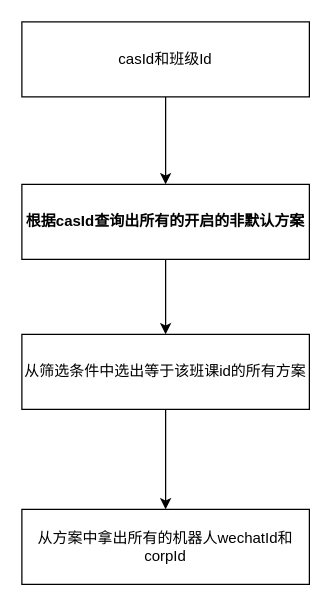
This is 为丝绸之路提供查询接流企微号的接口.drawio from 1819011603/-, a draw.io file, before an edit. Source tidied: cells renumbered, new cells numbered last; positions are measured from the earlier drawing's top-left corner, leaving out a move shared by most shapes. Both pictures are drawn from the tidied source at 125%, with x=0, y=0 at pixel (21, 21).
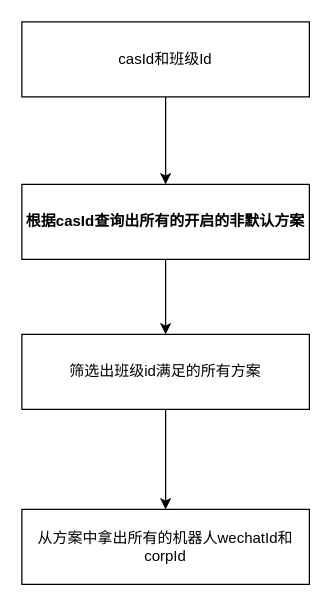
The same page after the edit.

Commit message (it also covers changes not shown here):
更新为丝绸之路提供查询接流企微号的接口.drawio

The edit, as a diff of the source:
```diff
@@
 <mxGraphModel>
   <root>
     <mxCell id="0" />
     <mxCell id="1" parent="0" />
     <mxCell id="2" style="edgeStyle=orthogonalEdgeStyle;rounded=0;jettySize=auto;html=1;" parent="1" edge="1" source="3" target="7">
       <mxGeometry relative="1" as="geometry" />
     </mxCell>
     <mxCell id="3" value="&lt;b&gt;根据casId查询出所有的开启的非默认方案&lt;/b&gt;" style="rounded=0;whiteSpace=wrap;html=1;" parent="1" vertex="1">
       <mxGeometry y="130" width="230" height="60" as="geometry" />
     </mxCell>
     <mxCell id="4" style="edgeStyle=orthogonalEdgeStyle;rounded=0;jettySize=auto;html=1;" parent="1" edge="1" source="5" target="3">
       <mxGeometry relative="1" as="geometry" />
     </mxCell>
     <mxCell id="5" value="casId和班级Id" style="rounded=0;whiteSpace=wrap;html=1;" parent="1" vertex="1">
       <mxGeometry width="230" height="60" as="geometry" />
     </mxCell>
     <mxCell id="6" style="edgeStyle=orthogonalEdgeStyle;rounded=0;jettySize=auto;html=1;" parent="1" edge="1" source="7" target="8">
       <mxGeometry relative="1" as="geometry" />
     </mxCell>
-    <mxCell id="7" value="从筛选条件中选出等于该班课id的所有方案" style="rounded=0;whiteSpace=wrap;html=1;" parent="1" vertex="1">
+    <mxCell id="7" value="筛选出班级id满足的所有方案" style="rounded=0;whiteSpace=wrap;html=1;" parent="1" vertex="1">
       <mxGeometry y="250" width="230" height="60" as="geometry" />
     </mxCell>
     <mxCell id="8" value="从方案中拿出所有的机器人wechatId和corpId" style="rounded=0;whiteSpace=wrap;html=1;" parent="1" vertex="1">
       <mxGeometry y="390" width="230" height="60" as="geometry" />
     </mxCell>
   </root>
 </mxGraphModel>
```
